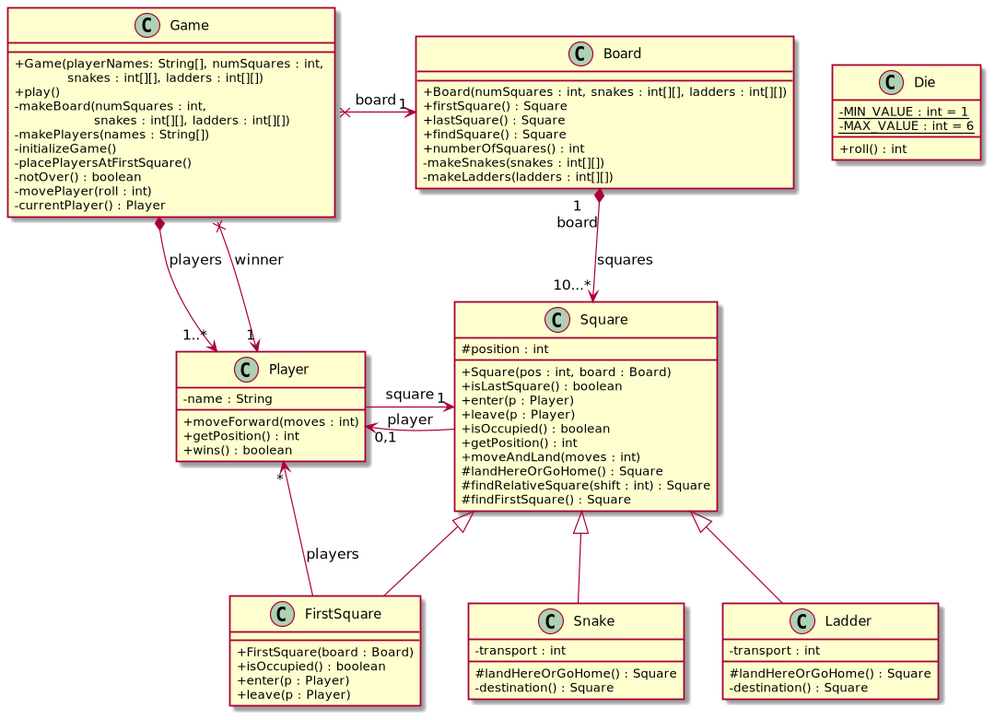
Before: src/snakesAndLadders.png, a diagram exported from PlantUML (nilcamprubi/sd_snakes_and_ladders). The source it was exported from:
```plantuml
@startuml
skinparam classAttributeIconSize 0

class Square {
    # position : int
    + Square(pos : int, board : Board)
    + isLastSquare() : boolean
    + enter(p : Player)
    + leave(p : Player)
    + isOccupied() : boolean
    + getPosition() : int
    + moveAndLand(moves : int)
    # landHereOrGoHome() : Square
    # findRelativeSquare(shift : int) : Square
    # findFirstSquare() : Square
}

class Player {
- name : String
+ moveForward(moves : int)
+ getPosition() : int
+ wins() : boolean
}

class Game {
    + Game(playerNames: String[], numSquares : int, \n\t    snakes : int[][], ladders : int[][])
    + play()
    - makeBoard(numSquares : int, \n\t\t  snakes : int[][], ladders : int[][])
    - makePlayers(names : String[])
    - initializeGame()
    - placePlayersAtFirstSquare()
    - notOver() : boolean
    - movePlayer(roll : int)
    - currentPlayer() : Player
}

class Board {
    + Board(numSquares : int, snakes : int[][], ladders : int[][])
    + firstSquare() : Square
    + lastSquare() : Square
    + findSquare() : Square
    + numberOfSquares() : int
    - makeSnakes(snakes : int[][])
    - makeLadders(ladders : int[][])
}

class Die {
    - {static} MIN_VALUE : int = 1
    - {static} MAX_VALUE : int = 6
    + roll() : int
}

class Snake extends Square {
    - transport : int
    # landHereOrGoHome() : Square
    - destination() : Square
}

class Ladder extends Square {
    - transport : int
    # landHereOrGoHome() : Square
    - destination() : Square
}

class FirstSquare extends Square {
    + FirstSquare(board : Board)
    + isOccupied() : boolean
    + enter(p : Player)
    + leave(p : Player)
}

Game x--right--> "1" Board : board
Board "1\nboard" *-down-> "10...*" Square : squares
Game *-down-> "1..*" Player : players
Game x-down-> "1" Player : winner
Square -left-> "0,1" Player : player
Player -right-> "1" Square : square
FirstSquare -left-> "*" Player : players
@enduml
```
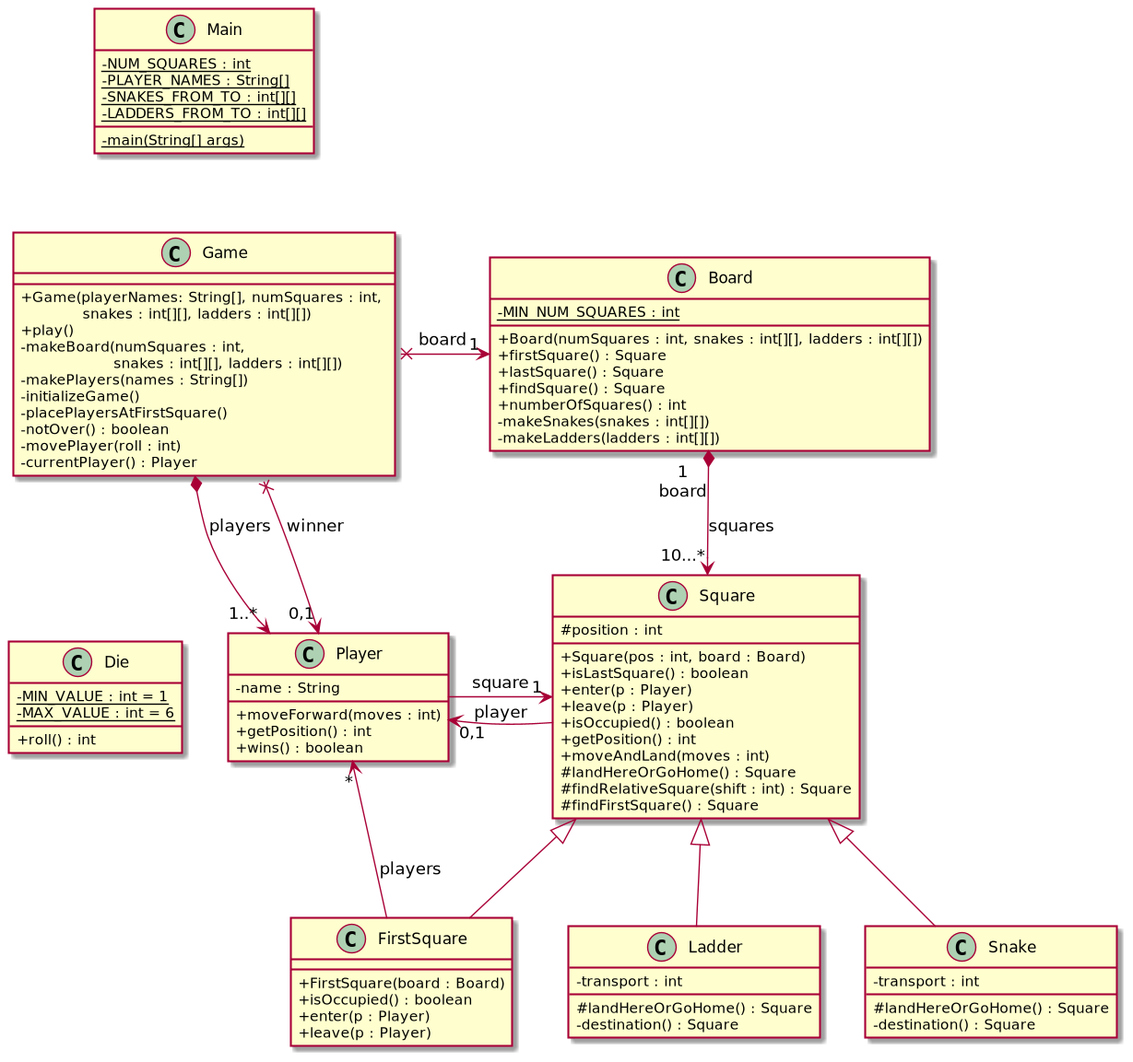
After the change.

Commit message:
afegeixo Main a plantuml, format noms constants

Change to the diagram source:
```diff
@@ -1,5 +1,42 @@
 @startuml
 skinparam classAttributeIconSize 0
+
+class Main {
+- {static} NUM_SQUARES : int
+- {static} PLAYER_NAMES : String[]
+- {static} SNAKES_FROM_TO : int[][]
+- {static} LADDERS_FROM_TO : int[][]
+- {static} main(String[] args)
+}
+
+class Game {
+    + Game(playerNames: String[], numSquares : int, \n\t    snakes : int[][], ladders : int[][])
+    + play()
+    - makeBoard(numSquares : int, \n\t\t  snakes : int[][], ladders : int[][])
+    - makePlayers(names : String[])
+    - initializeGame()
+    - placePlayersAtFirstSquare()
+    - notOver() : boolean
+    - movePlayer(roll : int)
+    - currentPlayer() : Player
+}
+
+class Board {
+    - {static} MIN_NUM_SQUARES : int
+    + Board(numSquares : int, snakes : int[][], ladders : int[][])
+    + firstSquare() : Square
+    + lastSquare() : Square
+    + findSquare() : Square
+    + numberOfSquares() : int
+    - makeSnakes(snakes : int[][])
+    - makeLadders(ladders : int[][])
+}
+
+class Die {
+    - {static} MIN_VALUE : int = 1
+    - {static} MAX_VALUE : int = 6
+    + roll() : int
+}
 
 class Square {
     # position : int
@@ -22,34 +59,6 @@
 + wins() : boolean
 }
 
-class Game {
-    + Game(playerNames: String[], numSquares : int, \n\t    snakes : int[][], ladders : int[][])
-    + play()
-    - makeBoard(numSquares : int, \n\t\t  snakes : int[][], ladders : int[][])
-    - makePlayers(names : String[])
-    - initializeGame()
-    - placePlayersAtFirstSquare()
-    - notOver() : boolean
-    - movePlayer(roll : int)
-    - currentPlayer() : Player
-}
-
-class Board {
-    + Board(numSquares : int, snakes : int[][], ladders : int[][])
-    + firstSquare() : Square
-    + lastSquare() : Square
-    + findSquare() : Square
-    + numberOfSquares() : int
-    - makeSnakes(snakes : int[][])
-    - makeLadders(ladders : int[][])
-}
-
-class Die {
-    - {static} MIN_VALUE : int = 1
-    - {static} MAX_VALUE : int = 6
-    + roll() : int
-}
-
 class Snake extends Square {
     - transport : int
     # landHereOrGoHome() : Square
@@ -69,10 +78,13 @@
     + leave(p : Player)
 }
 
+Main -[hidden]down-> Game
+Game -[hidden]down-> Die
+
 Game x--right--> "1" Board : board
 Board "1\nboard" *-down-> "10...*" Square : squares
 Game *-down-> "1..*" Player : players
-Game x-down-> "1" Player : winner
+Game x-down-> "0,1" Player : winner
 Square -left-> "0,1" Player : player
 Player -right-> "1" Square : square
 FirstSquare -left-> "*" Player : players
```
